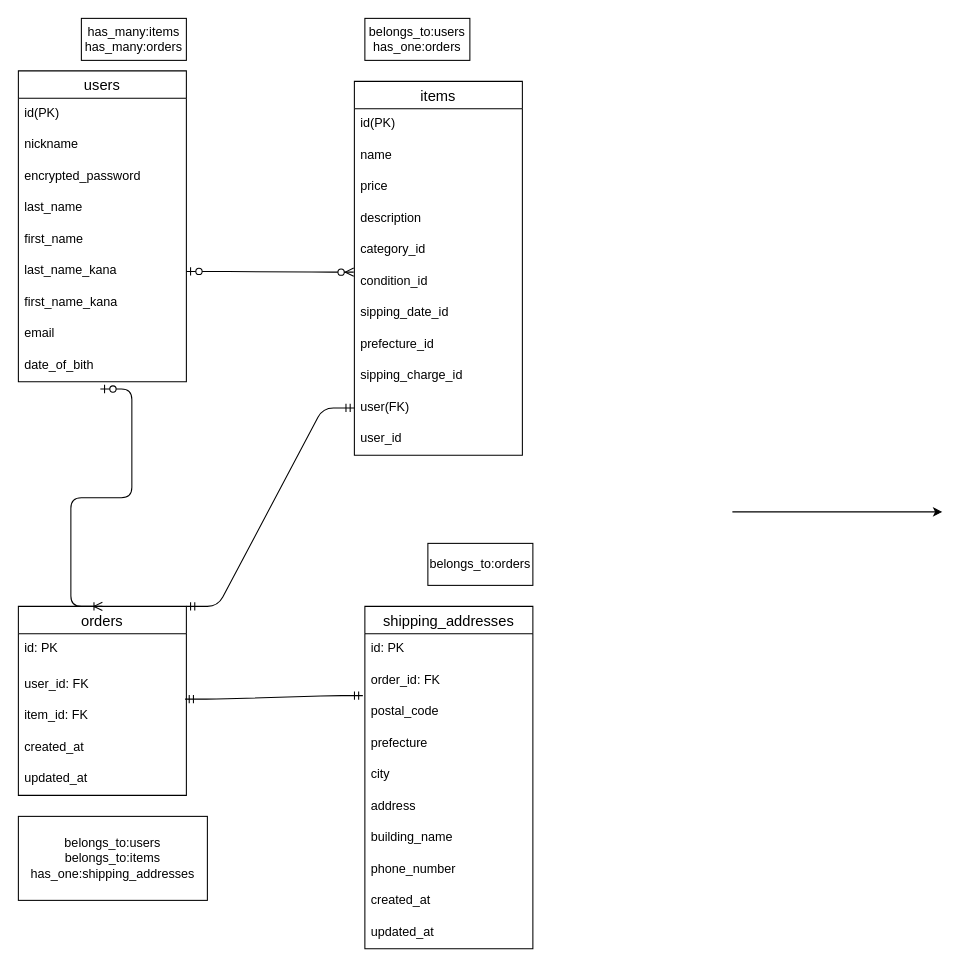
Above: test.dio in y-west24/furima-40957 (draw.io), before the change. Source tidied: cells renumbered, new cells numbered last; positions are measured from the earlier drawing's top-left corner, leaving out a move shared by most shapes. Both pictures are drawn from the tidied source at 105%, with x=0, y=0 at pixel (18, 18).
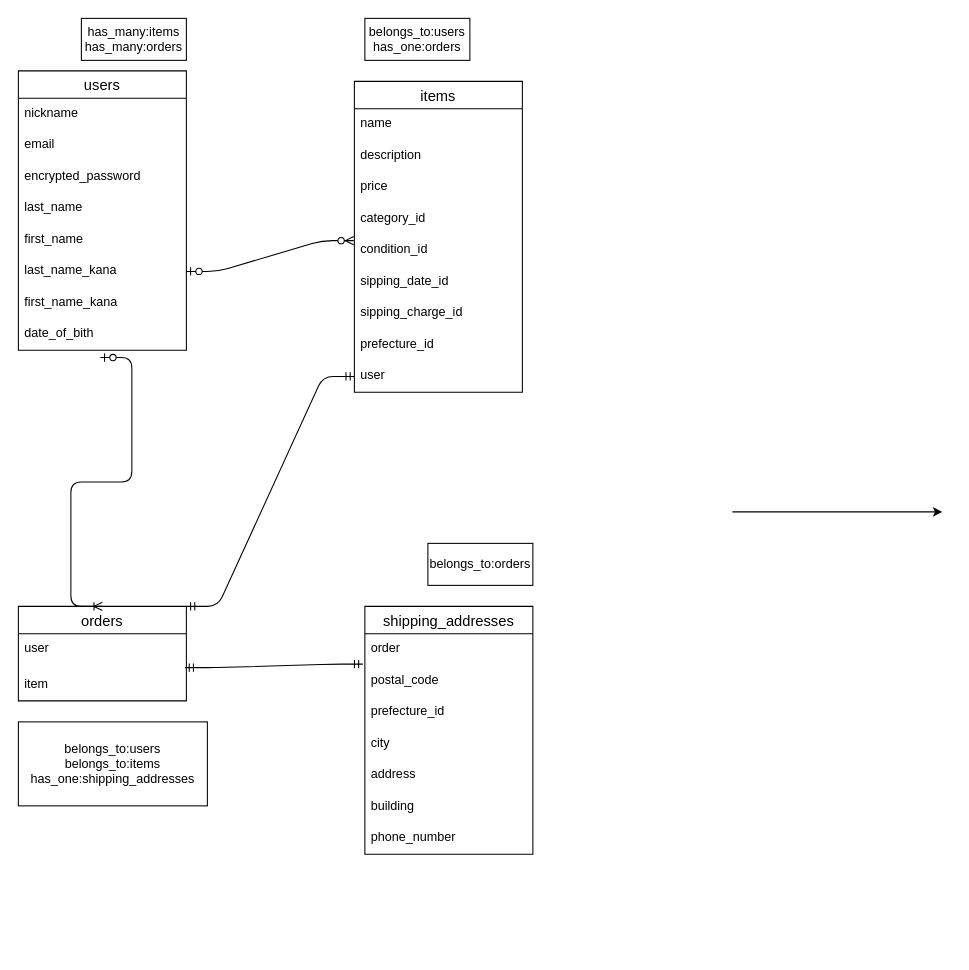
The same diagram, later.

Change to the diagram source:
```diff
@@
     <mxCell id="2" value="items" style="swimlane;fontStyle=0;horizontal=1;startSize=26;align=center;fontSize=14;" parent="1" vertex="1">
-      <mxGeometry x="320" y="60" width="160" height="356" as="geometry" />
+      <mxGeometry x="320" y="60" width="160" height="296" as="geometry" />
     </mxCell>
-    <mxCell id="3" value="id(PK)" style="text;strokeColor=none;fillColor=none;spacingLeft=4;spacingRight=4;overflow=hidden;fontSize=12;" parent="2" vertex="1">
-      <mxGeometry y="26" width="160" height="30" as="geometry" />
-    </mxCell>
     <mxCell id="4" value="name" style="text;strokeColor=none;fillColor=none;spacingLeft=4;spacingRight=4;overflow=hidden;fontSize=12;" parent="2" vertex="1">
-      <mxGeometry y="56" width="160" height="30" as="geometry" />
+      <mxGeometry y="26" width="160" height="30" as="geometry" />
     </mxCell>
+    <mxCell id="6" value="description    " style="text;strokeColor=none;fillColor=none;spacingLeft=4;spacingRight=4;overflow=hidden;fontSize=12;" parent="2" vertex="1">
+      <mxGeometry y="56" width="160" height="30" as="geometry" />
+    </mxCell>
@@
-    <mxCell id="6" value="description    " style="text;strokeColor=none;fillColor=none;spacingLeft=4;spacingRight=4;overflow=hidden;fontSize=12;" parent="2" vertex="1">
-      <mxGeometry y="116" width="160" height="30" as="geometry" />
-    </mxCell>
     <mxCell id="7" value="category_id" style="text;strokeColor=none;fillColor=none;spacingLeft=4;spacingRight=4;overflow=hidden;fontSize=12;" parent="2" vertex="1">
-      <mxGeometry y="146" width="160" height="30" as="geometry" />
+      <mxGeometry y="116" width="160" height="30" as="geometry" />
     </mxCell>
     <mxCell id="8" value="condition_id" style="text;strokeColor=none;fillColor=none;spacingLeft=4;spacingRight=4;overflow=hidden;points=[[0,0.5],[1,0.5]];portConstraint=eastwest;fontSize=12;" parent="2" vertex="1">
-      <mxGeometry y="176" width="160" height="30" as="geometry" />
+      <mxGeometry y="146" width="160" height="30" as="geometry" />
     </mxCell>
     <mxCell id="9" value="sipping_date_id" style="text;strokeColor=none;fillColor=none;spacingLeft=4;spacingRight=4;overflow=hidden;fontSize=12;" parent="2" vertex="1">
-      <mxGeometry y="206" width="160" height="30" as="geometry" />
+      <mxGeometry y="176" width="160" height="30" as="geometry" />
     </mxCell>
+    <mxCell id="11" value="sipping_charge_id" style="text;strokeColor=none;fillColor=none;spacingLeft=4;spacingRight=4;overflow=hidden;fontSize=12;" parent="2" vertex="1">
+      <mxGeometry y="206" width="160" height="30" as="geometry" />
+    </mxCell>
@@
-    <mxCell id="11" value="sipping_charge_id" style="text;strokeColor=none;fillColor=none;spacingLeft=4;spacingRight=4;overflow=hidden;fontSize=12;" parent="2" vertex="1">
-      <mxGeometry y="266" width="160" height="30" as="geometry" />
-    </mxCell>
-    <mxCell id="12" value="user(FK)" style="text;strokeColor=none;fillColor=none;spacingLeft=4;spacingRight=4;overflow=hidden;points=[[0,0.5],[1,0.5]];portConstraint=eastwest;fontSize=12;" parent="2" vertex="1">
-      <mxGeometry y="296" width="160" height="30" as="geometry" />
-    </mxCell>
-    <mxCell id="13" value="user_id" style="text;strokeColor=none;fillColor=none;spacingLeft=4;spacingRight=4;overflow=hidden;fontSize=12;" parent="2" vertex="1">
-      <mxGeometry y="326" width="160" height="30" as="geometry" />
+    <mxCell id="13" value="user" style="text;strokeColor=none;fillColor=none;spacingLeft=4;spacingRight=4;overflow=hidden;fontSize=12;" parent="2" vertex="1">
+      <mxGeometry y="266" width="160" height="30" as="geometry" />
     </mxCell>
     <mxCell id="14" value="users" style="swimlane;fontStyle=0;horizontal=1;startSize=26;align=center;fontSize=14;" parent="1" vertex="1">
-      <mxGeometry y="50" width="160" height="296" as="geometry" />
+      <mxGeometry y="50" width="160" height="266" as="geometry" />
     </mxCell>
-    <mxCell id="15" value="id(PK)&#10;" style="text;strokeColor=none;fillColor=none;spacingLeft=4;spacingRight=4;overflow=hidden;fontSize=12;" parent="14" vertex="1">
-      <mxGeometry y="26" width="160" height="30" as="geometry" />
-    </mxCell>
     <mxCell id="16" value="nickname" style="text;strokeColor=none;fillColor=none;spacingLeft=4;spacingRight=4;overflow=hidden;fontSize=12;" parent="14" vertex="1">
-      <mxGeometry y="56" width="160" height="30" as="geometry" />
+      <mxGeometry y="26" width="160" height="30" as="geometry" />
     </mxCell>
+    <mxCell id="22" value="email" style="text;strokeColor=none;fillColor=none;spacingLeft=4;spacingRight=4;overflow=hidden;fontSize=12;" parent="14" vertex="1">
+      <mxGeometry y="56" width="160" height="30" as="geometry" />
+    </mxCell>
@@
-    <mxCell id="22" value="email" style="text;strokeColor=none;fillColor=none;spacingLeft=4;spacingRight=4;overflow=hidden;fontSize=12;" parent="14" vertex="1">
-      <mxGeometry y="236" width="160" height="30" as="geometry" />
-    </mxCell>
     <mxCell id="23" value="date_of_bith" style="text;strokeColor=none;fillColor=none;spacingLeft=4;spacingRight=4;overflow=hidden;points=[[0,0.5],[1,0.5]];portConstraint=eastwest;fontSize=12;" parent="14" vertex="1">
-      <mxGeometry y="266" width="160" height="30" as="geometry" />
+      <mxGeometry y="236" width="160" height="30" as="geometry" />
     </mxCell>
@@
     <mxCell id="25" value="orders" style="swimlane;fontStyle=0;horizontal=1;startSize=26;align=center;fontSize=14;" parent="1" vertex="1">
-      <mxGeometry y="560" width="160" height="180" as="geometry" />
+      <mxGeometry y="560" width="160" height="90" as="geometry" />
     </mxCell>
-    <mxCell id="26" value="id: PK" style="text;strokeColor=none;fillColor=none;spacingLeft=4;spacingRight=4;overflow=hidden;fontSize=12;" parent="25" vertex="1">
-      <mxGeometry y="26" width="160" height="34" as="geometry" />
-    </mxCell>
-    <mxCell id="27" value="user_id: FK" style="text;strokeColor=none;fillColor=none;spacingLeft=4;spacingRight=4;overflow=hidden;fontSize=12;" parent="25" vertex="1">
-      <mxGeometry y="60" width="160" height="30" as="geometry" />
+    <mxCell id="27" value="user&#10;" style="text;strokeColor=none;fillColor=none;spacingLeft=4;spacingRight=4;overflow=hidden;fontSize=12;" parent="25" vertex="1">
+      <mxGeometry y="26" width="160" height="34" as="geometry" />
     </mxCell>
-    <mxCell id="28" value="item_id: FK" style="text;strokeColor=none;fillColor=none;spacingLeft=4;spacingRight=4;overflow=hidden;points=[[0,0.5],[1,0.5]];portConstraint=eastwest;fontSize=12;" parent="25" vertex="1">
-      <mxGeometry y="90" width="160" height="30" as="geometry" />
+    <mxCell id="28" value="item&#10;" style="text;strokeColor=none;fillColor=none;spacingLeft=4;spacingRight=4;overflow=hidden;points=[[0,0.5],[1,0.5]];portConstraint=eastwest;fontSize=12;" parent="25" vertex="1">
+      <mxGeometry y="60" width="160" height="30" as="geometry" />
     </mxCell>
-    <mxCell id="29" value="created_at" style="text;strokeColor=none;fillColor=none;spacingLeft=4;spacingRight=4;overflow=hidden;fontSize=12;" parent="25" vertex="1">
-      <mxGeometry y="120" width="160" height="30" as="geometry" />
-    </mxCell>
-    <mxCell id="30" value="updated_at" style="text;strokeColor=none;fillColor=none;spacingLeft=4;spacingRight=4;overflow=hidden;fontSize=12;" parent="25" vertex="1">
-      <mxGeometry y="150" width="160" height="30" as="geometry" />
-    </mxCell>
     <mxCell id="31" value="shipping_addresses" style="swimlane;fontStyle=0;horizontal=1;startSize=26;align=center;fontSize=14;" parent="1" vertex="1">
-      <mxGeometry x="330" y="560" width="160" height="326" as="geometry" />
+      <mxGeometry x="330" y="560" width="160" height="236" as="geometry" />
     </mxCell>
-    <mxCell id="32" value="id: PK" style="text;strokeColor=none;fillColor=none;spacingLeft=4;spacingRight=4;overflow=hidden;fontSize=12;" parent="31" vertex="1">
-      <mxGeometry y="26" width="160" height="30" as="geometry" />
-    </mxCell>
-    <mxCell id="33" value="order_id: FK" style="text;strokeColor=none;fillColor=none;spacingLeft=4;spacingRight=4;overflow=hidden;points=[[0,0.5],[1,0.5]];portConstraint=eastwest;fontSize=12;" parent="31" vertex="1">
-      <mxGeometry y="56" width="160" height="30" as="geometry" />
+    <mxCell id="33" value="order" style="text;strokeColor=none;fillColor=none;spacingLeft=4;spacingRight=4;overflow=hidden;points=[[0,0.5],[1,0.5]];portConstraint=eastwest;fontSize=12;" parent="31" vertex="1">
+      <mxGeometry y="26" width="160" height="30" as="geometry" />
     </mxCell>
     <mxCell id="34" value="postal_code" style="text;strokeColor=none;fillColor=none;spacingLeft=4;spacingRight=4;overflow=hidden;fontSize=12;" parent="31" vertex="1">
-      <mxGeometry y="86" width="160" height="30" as="geometry" />
+      <mxGeometry y="56" width="160" height="30" as="geometry" />
     </mxCell>
-    <mxCell id="35" value="prefecture" style="text;strokeColor=none;fillColor=none;spacingLeft=4;spacingRight=4;overflow=hidden;fontSize=12;" parent="31" vertex="1">
-      <mxGeometry y="116" width="160" height="30" as="geometry" />
+    <mxCell id="35" value="prefecture_id" style="text;strokeColor=none;fillColor=none;spacingLeft=4;spacingRight=4;overflow=hidden;fontSize=12;" parent="31" vertex="1">
+      <mxGeometry y="86" width="160" height="30" as="geometry" />
     </mxCell>
     <mxCell id="36" value="city" style="text;strokeColor=none;fillColor=none;spacingLeft=4;spacingRight=4;overflow=hidden;fontSize=12;" parent="31" vertex="1">
-      <mxGeometry y="146" width="160" height="30" as="geometry" />
+      <mxGeometry y="116" width="160" height="30" as="geometry" />
     </mxCell>
     <mxCell id="37" value="address" style="text;strokeColor=none;fillColor=none;spacingLeft=4;spacingRight=4;overflow=hidden;fontSize=12;" parent="31" vertex="1">
-      <mxGeometry y="176" width="160" height="30" as="geometry" />
+      <mxGeometry y="146" width="160" height="30" as="geometry" />
     </mxCell>
-    <mxCell id="38" value="building_name" style="text;strokeColor=none;fillColor=none;spacingLeft=4;spacingRight=4;overflow=hidden;fontSize=12;" parent="31" vertex="1">
-      <mxGeometry y="206" width="160" height="30" as="geometry" />
+    <mxCell id="38" value="building&#10;" style="text;strokeColor=none;fillColor=none;spacingLeft=4;spacingRight=4;overflow=hidden;fontSize=12;" parent="31" vertex="1">
+      <mxGeometry y="176" width="160" height="30" as="geometry" />
     </mxCell>
     <mxCell id="39" value="phone_number" style="text;strokeColor=none;fillColor=none;spacingLeft=4;spacingRight=4;overflow=hidden;fontSize=12;" parent="31" vertex="1">
-      <mxGeometry y="236" width="160" height="30" as="geometry" />
+      <mxGeometry y="206" width="160" height="30" as="geometry" />
     </mxCell>
-    <mxCell id="40" value="created_at" style="text;strokeColor=none;fillColor=none;spacingLeft=4;spacingRight=4;overflow=hidden;fontSize=12;" parent="31" vertex="1">
-      <mxGeometry y="266" width="160" height="30" as="geometry" />
-    </mxCell>
-    <mxCell id="41" value="updated_at" style="text;strokeColor=none;fillColor=none;spacingLeft=4;spacingRight=4;overflow=hidden;fontSize=12;" parent="31" vertex="1">
-      <mxGeometry y="296" width="160" height="30" as="geometry" />
-    </mxCell>
@@
-    <mxCell id="45" style="edgeStyle=entityRelationEdgeStyle;fontSize=12;html=1;endArrow=ERmandOne;startArrow=ERmandOne;exitX=1;exitY=0;exitDx=0;exitDy=0;entryX=0;entryY=0.5;entryDx=0;entryDy=0;" parent="1" edge="1" source="25" target="12">
-      <mxGeometry relative="1" as="geometry" />
+    <mxCell id="45" style="edgeStyle=entityRelationEdgeStyle;fontSize=12;html=1;endArrow=ERmandOne;startArrow=ERmandOne;exitX=1;exitY=0;exitDx=0;exitDy=0;entryX=0;entryY=0.5;entryDx=0;entryDy=0;" parent="1" edge="1" source="25">
+      <mxGeometry relative="1" as="geometry">
+        <mxPoint x="320" y="341" as="targetPoint" />
+      </mxGeometry>
     </mxCell>
@@
     <mxCell id="48" value="belongs_to:users&lt;br&gt;belongs_to:items&lt;br&gt;has_one:shipping_addresses" style="whiteSpace=wrap;html=1;align=center;" parent="1" vertex="1">
-      <mxGeometry y="760" width="180" height="80" as="geometry" />
+      <mxGeometry y="670" width="180" height="80" as="geometry" />
     </mxCell>
```
